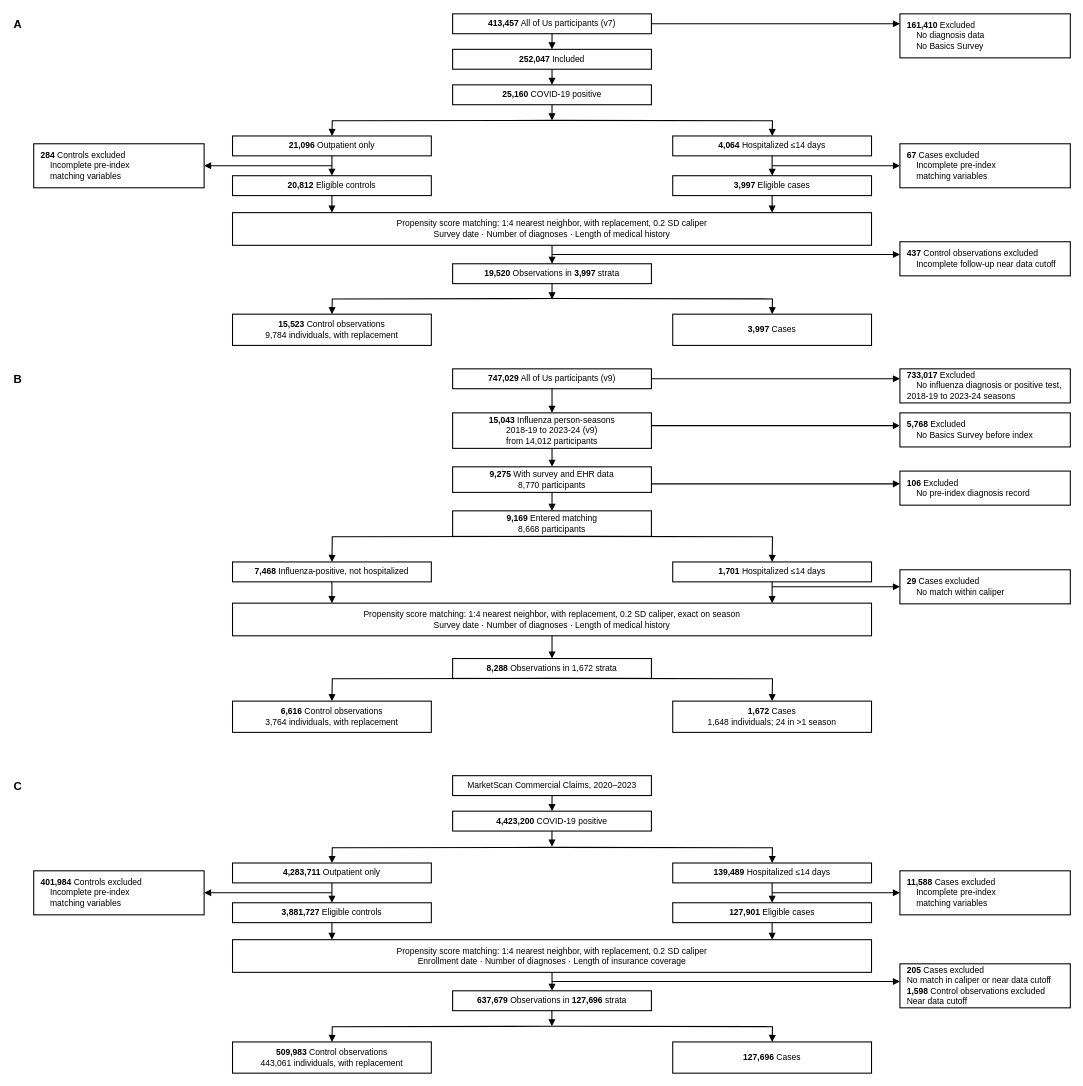
Before: figures/efig1_consort_three_panel.drawio in Su-informatics-lab/aou_covid, a draw.io diagram. Source tidied: cells renumbered, new cells numbered last; positions are measured from the earlier drawing's top-left corner, leaving out a move shared by most shapes. Both pictures are drawn from the tidied source at 71%, with x=0, y=0 at pixel (12, 12).
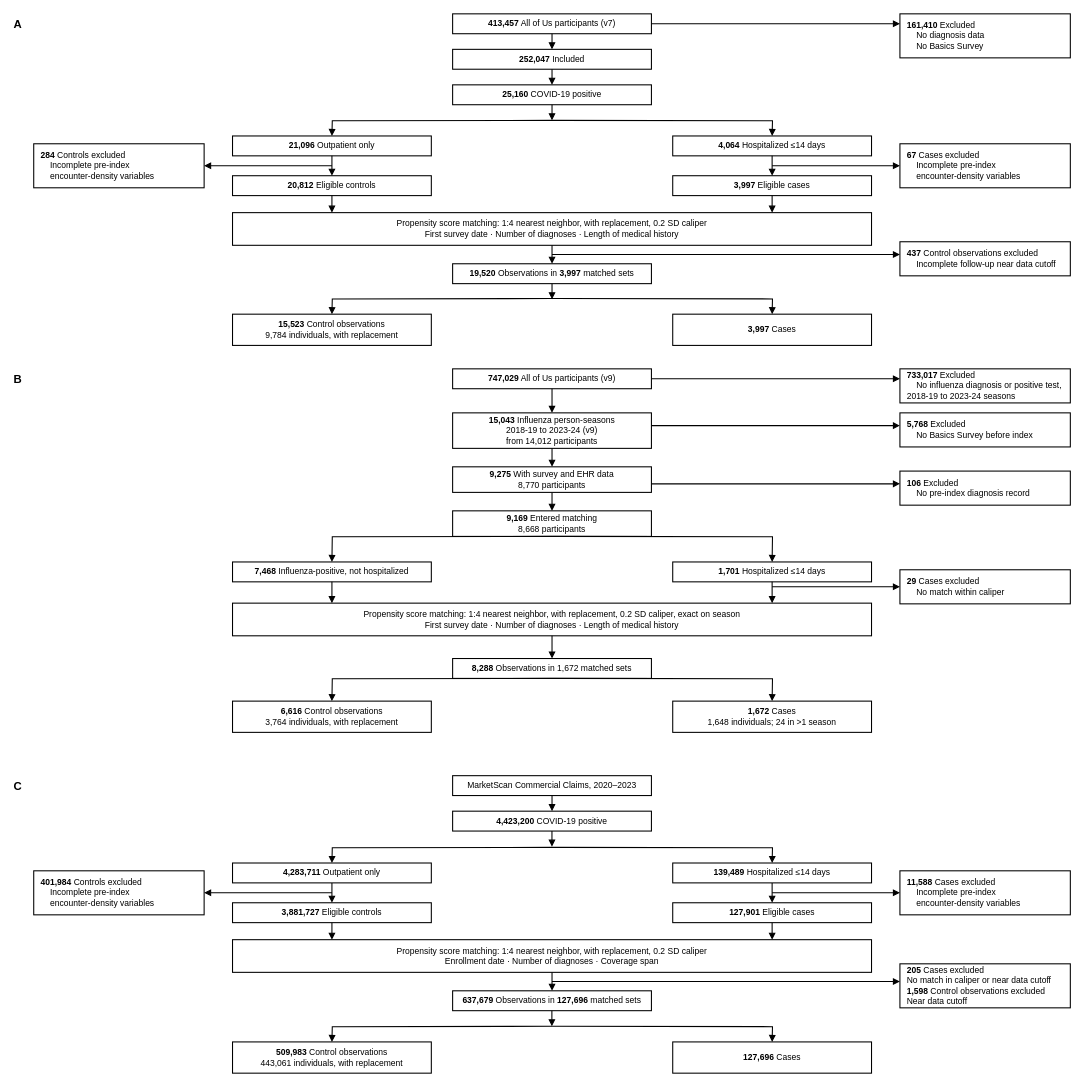
The same page after the edit.

Commit message (it also covers changes not shown here):
eFigures 1, 5, 6: matched sets, encounter-density variables, independent association

Flow diagram reads 'matched sets' and 'encounter-density variables'; balance plot
labels match the Methods ('First survey date', 'Length of medical history');
eFigure 6 note reads 'no independent excess'.

What changed in the source:
```diff
@@
-    <mxCell id="18" value="&lt;font style=&quot;font-size:12px;font-family:Arial;&quot;&gt;&lt;b&gt;284&lt;/b&gt; Controls excluded&lt;br&gt;&amp;nbsp; &amp;nbsp; Incomplete pre-index&lt;br&gt;&amp;nbsp; &amp;nbsp; matching variables&lt;/font&gt;" style="rounded=0;whiteSpace=wrap;html=1;fillColor=#FFFFFF;strokeColor=#000000;strokeWidth=1.5;align=left;spacingLeft=8;" parent="1" vertex="1">
+    <mxCell id="18" value="&lt;font style=&quot;font-size:12px;font-family:Arial;&quot;&gt;&lt;b&gt;284&lt;/b&gt; Controls excluded&lt;br&gt;&amp;nbsp; &amp;nbsp; Incomplete pre-index&lt;br&gt;&amp;nbsp; &amp;nbsp; encounter-density variables&lt;/font&gt;" style="rounded=0;whiteSpace=wrap;html=1;fillColor=#FFFFFF;strokeColor=#000000;strokeWidth=1.5;align=left;spacingLeft=8;" parent="1" vertex="1">
       <mxGeometry x="30" y="185" width="240" height="62" as="geometry" />
     </mxCell>
@@
-    <mxCell id="20" value="&lt;font style=&quot;font-size:12px;font-family:Arial;&quot;&gt;&lt;b&gt;67&lt;/b&gt; Cases excluded&lt;br&gt;&amp;nbsp; &amp;nbsp; Incomplete pre-index&lt;br&gt;&amp;nbsp; &amp;nbsp; matching variables&lt;/font&gt;" style="rounded=0;whiteSpace=wrap;html=1;fillColor=#FFFFFF;strokeColor=#000000;strokeWidth=1.5;align=left;spacingLeft=8;" parent="1" vertex="1">
+    <mxCell id="20" value="&lt;font style=&quot;font-size:12px;font-family:Arial;&quot;&gt;&lt;b&gt;67&lt;/b&gt; Cases excluded&lt;br&gt;&amp;nbsp; &amp;nbsp; Incomplete pre-index&lt;br&gt;&amp;nbsp; &amp;nbsp; encounter-density variables&lt;/font&gt;" style="rounded=0;whiteSpace=wrap;html=1;fillColor=#FFFFFF;strokeColor=#000000;strokeWidth=1.5;align=left;spacingLeft=8;" parent="1" vertex="1">
       <mxGeometry x="1250" y="185" width="240" height="62" as="geometry" />
     </mxCell>
@@
-    <mxCell id="22" value="&lt;font style=&quot;font-size:12px;font-family:Arial;&quot;&gt;Propensity score matching: 1:4 nearest neighbor, with replacement, 0.2 SD caliper&lt;br&gt;Survey date · Number of diagnoses · Length of medical history&lt;/font&gt;" style="rounded=0;whiteSpace=wrap;html=1;fillColor=#FFFFFF;strokeColor=#000000;strokeWidth=1.5;" parent="1" vertex="1">
+    <mxCell id="22" value="&lt;font style=&quot;font-size:12px;font-family:Arial;&quot;&gt;Propensity score matching: 1:4 nearest neighbor, with replacement, 0.2 SD caliper&lt;br&gt;First survey date · Number of diagnoses · Length of medical history&lt;/font&gt;" style="rounded=0;whiteSpace=wrap;html=1;fillColor=#FFFFFF;strokeColor=#000000;strokeWidth=1.5;" parent="1" vertex="1">
       <mxGeometry x="310" y="282" width="900" height="46" as="geometry" />
     </mxCell>
@@
-    <mxCell id="25" value="&lt;font style=&quot;font-size:12px;font-family:Arial;&quot;&gt;&lt;b&gt;19,520&lt;/b&gt; Observations in &lt;b&gt;3,997&lt;/b&gt; strata&lt;/font&gt;" style="rounded=0;whiteSpace=wrap;html=1;fillColor=#FFFFFF;strokeColor=#000000;strokeWidth=1.5;" parent="1" vertex="1">
+    <mxCell id="25" value="&lt;font style=&quot;font-size:12px;font-family:Arial;&quot;&gt;&lt;b&gt;19,520&lt;/b&gt; Observations in &lt;b&gt;3,997&lt;/b&gt; matched sets&lt;/font&gt;" style="rounded=0;whiteSpace=wrap;html=1;fillColor=#FFFFFF;strokeColor=#000000;strokeWidth=1.5;" parent="1" vertex="1">
       <mxGeometry x="620" y="354" width="280" height="28" as="geometry" />
     </mxCell>
@@
-    <mxCell id="45" value="&lt;font style=&quot;font-size:12px;font-family:Arial;&quot;&gt;&lt;b&gt;401,984&lt;/b&gt; Controls excluded&lt;br&gt;&amp;nbsp; &amp;nbsp; Incomplete pre-index&lt;br&gt;&amp;nbsp; &amp;nbsp; matching variables&lt;/font&gt;" style="rounded=0;whiteSpace=wrap;html=1;fillColor=#FFFFFF;strokeColor=#000000;strokeWidth=1.5;align=left;spacingLeft=8;" parent="1" vertex="1">
+    <mxCell id="45" value="&lt;font style=&quot;font-size:12px;font-family:Arial;&quot;&gt;&lt;b&gt;401,984&lt;/b&gt; Controls excluded&lt;br&gt;&amp;nbsp; &amp;nbsp; Incomplete pre-index&lt;br&gt;&amp;nbsp; &amp;nbsp; encounter-density variables&lt;/font&gt;" style="rounded=0;whiteSpace=wrap;html=1;fillColor=#FFFFFF;strokeColor=#000000;strokeWidth=1.5;align=left;spacingLeft=8;" parent="1" vertex="1">
       <mxGeometry x="30" y="1209" width="240" height="62" as="geometry" />
     </mxCell>
@@
-    <mxCell id="47" value="&lt;font style=&quot;font-size:12px;font-family:Arial;&quot;&gt;&lt;b&gt;11,588&lt;/b&gt; Cases excluded&lt;br&gt;&amp;nbsp; &amp;nbsp; Incomplete pre-index&lt;br&gt;&amp;nbsp; &amp;nbsp; matching variables&lt;/font&gt;" style="rounded=0;whiteSpace=wrap;html=1;fillColor=#FFFFFF;strokeColor=#000000;strokeWidth=1.5;align=left;spacingLeft=8;" parent="1" vertex="1">
+    <mxCell id="47" value="&lt;font style=&quot;font-size:12px;font-family:Arial;&quot;&gt;&lt;b&gt;11,588&lt;/b&gt; Cases excluded&lt;br&gt;&amp;nbsp; &amp;nbsp; Incomplete pre-index&lt;br&gt;&amp;nbsp; &amp;nbsp; encounter-density variables&lt;/font&gt;" style="rounded=0;whiteSpace=wrap;html=1;fillColor=#FFFFFF;strokeColor=#000000;strokeWidth=1.5;align=left;spacingLeft=8;" parent="1" vertex="1">
       <mxGeometry x="1250" y="1209" width="240" height="62" as="geometry" />
     </mxCell>
@@
-    <mxCell id="49" value="&lt;font style=&quot;font-size:12px;font-family:Arial;&quot;&gt;Propensity score matching: 1:4 nearest neighbor, with replacement, 0.2 SD caliper&lt;br&gt;Enrollment date · Number of diagnoses · Length of insurance coverage&lt;/font&gt;" style="rounded=0;whiteSpace=wrap;html=1;fillColor=#FFFFFF;strokeColor=#000000;strokeWidth=1.5;" parent="1" vertex="1">
+    <mxCell id="49" value="&lt;font style=&quot;font-size:12px;font-family:Arial;&quot;&gt;Propensity score matching: 1:4 nearest neighbor, with replacement, 0.2 SD caliper&lt;br&gt;Enrollment date · Number of diagnoses · Coverage span&lt;/font&gt;" style="rounded=0;whiteSpace=wrap;html=1;fillColor=#FFFFFF;strokeColor=#000000;strokeWidth=1.5;" parent="1" vertex="1">
       <mxGeometry x="310" y="1306" width="900" height="46" as="geometry" />
     </mxCell>
@@
-    <mxCell id="52" value="&lt;font style=&quot;font-size:12px;font-family:Arial;&quot;&gt;&lt;b&gt;637,679&lt;/b&gt; Observations in &lt;b&gt;127,696&lt;/b&gt; strata&lt;/font&gt;" style="rounded=0;whiteSpace=wrap;html=1;fillColor=#FFFFFF;strokeColor=#000000;strokeWidth=1.5;" parent="1" vertex="1">
+    <mxCell id="52" value="&lt;font style=&quot;font-size:12px;font-family:Arial;&quot;&gt;&lt;b&gt;637,679&lt;/b&gt; Observations in &lt;b&gt;127,696&lt;/b&gt; matched sets&lt;/font&gt;" style="rounded=0;whiteSpace=wrap;html=1;fillColor=#FFFFFF;strokeColor=#000000;strokeWidth=1.5;" parent="1" vertex="1">
       <mxGeometry x="620" y="1378" width="280" height="28" as="geometry" />
     </mxCell>
@@
-    <mxCell id="86" value="&lt;font style=&quot;font-size:12px;font-family:Arial;&quot;&gt;Propensity score matching: 1:4 nearest neighbor, with replacement, 0.2 SD caliper, exact on season&lt;br&gt;Survey date · Number of diagnoses · Length of medical history&lt;/font&gt;" style="rounded=0;whiteSpace=wrap;html=1;fillColor=#FFFFFF;strokeColor=#000000;strokeWidth=1.5;" parent="1" vertex="1">
+    <mxCell id="86" value="&lt;font style=&quot;font-size:12px;font-family:Arial;&quot;&gt;Propensity score matching: 1:4 nearest neighbor, with replacement, 0.2 SD caliper, exact on season&lt;br&gt;First survey date · Number of diagnoses · Length of medical history&lt;/font&gt;" style="rounded=0;whiteSpace=wrap;html=1;fillColor=#FFFFFF;strokeColor=#000000;strokeWidth=1.5;" parent="1" vertex="1">
       <mxGeometry x="310" y="832" width="900" height="46" as="geometry" />
     </mxCell>
-    <mxCell id="87" value="&lt;font style=&quot;font-size:12px;font-family:Arial;&quot;&gt;&lt;b&gt;8,288&lt;/b&gt; Observations in 1,672 strata&lt;/font&gt;" style="rounded=0;whiteSpace=wrap;html=1;fillColor=#FFFFFF;strokeColor=#000000;strokeWidth=1.5;" parent="1" vertex="1">
+    <mxCell id="87" value="&lt;font style=&quot;font-size:12px;font-family:Arial;&quot;&gt;&lt;b&gt;8,288&lt;/b&gt; Observations in 1,672 matched sets&lt;/font&gt;" style="rounded=0;whiteSpace=wrap;html=1;fillColor=#FFFFFF;strokeColor=#000000;strokeWidth=1.5;" parent="1" vertex="1">
       <mxGeometry x="620" y="910" width="280" height="28" as="geometry" />
     </mxCell>
```
